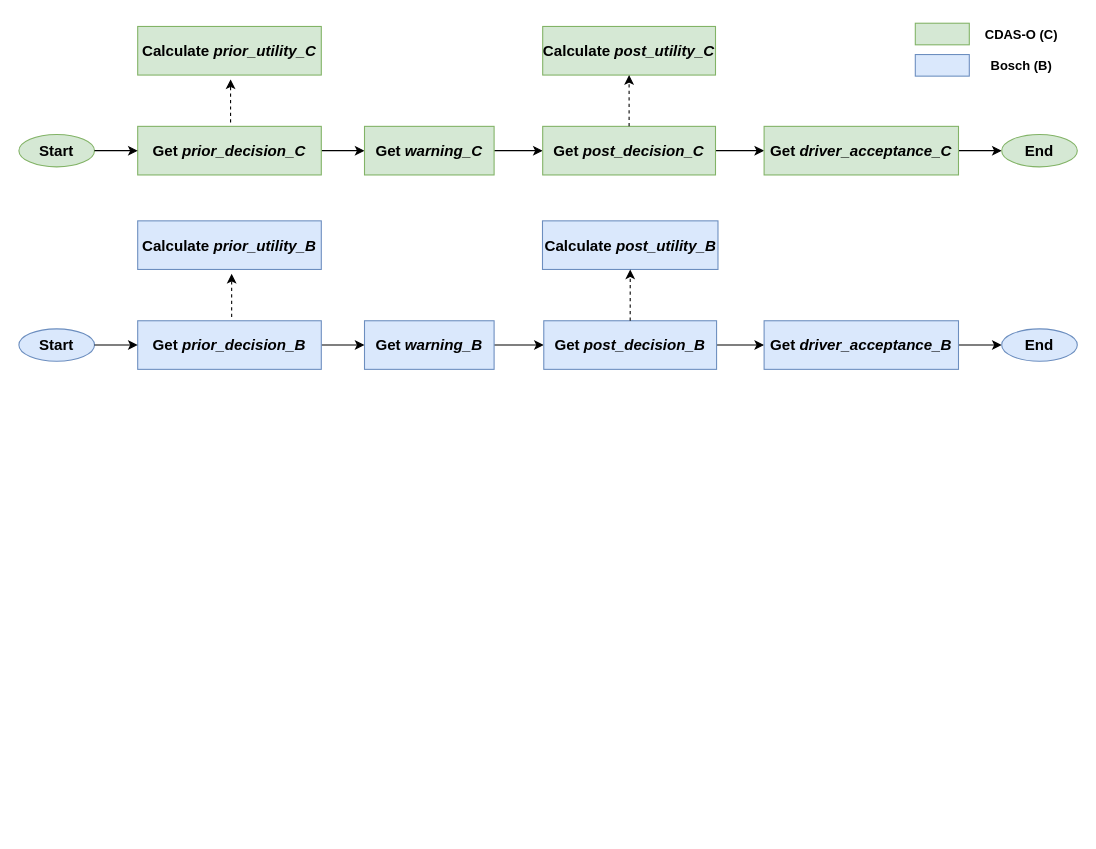
Before: page "DID" (8 of 12) of CDAS-O.drawio in SlidingEagle/draw.io, a draw.io diagram. Source tidied: cells renumbered, new cells numbered last; positions are measured from the earlier drawing's top-left corner, leaving out a move shared by most shapes. Both pictures are drawn from the tidied source at 108%, with x=0, y=0 at pixel (18, 18).
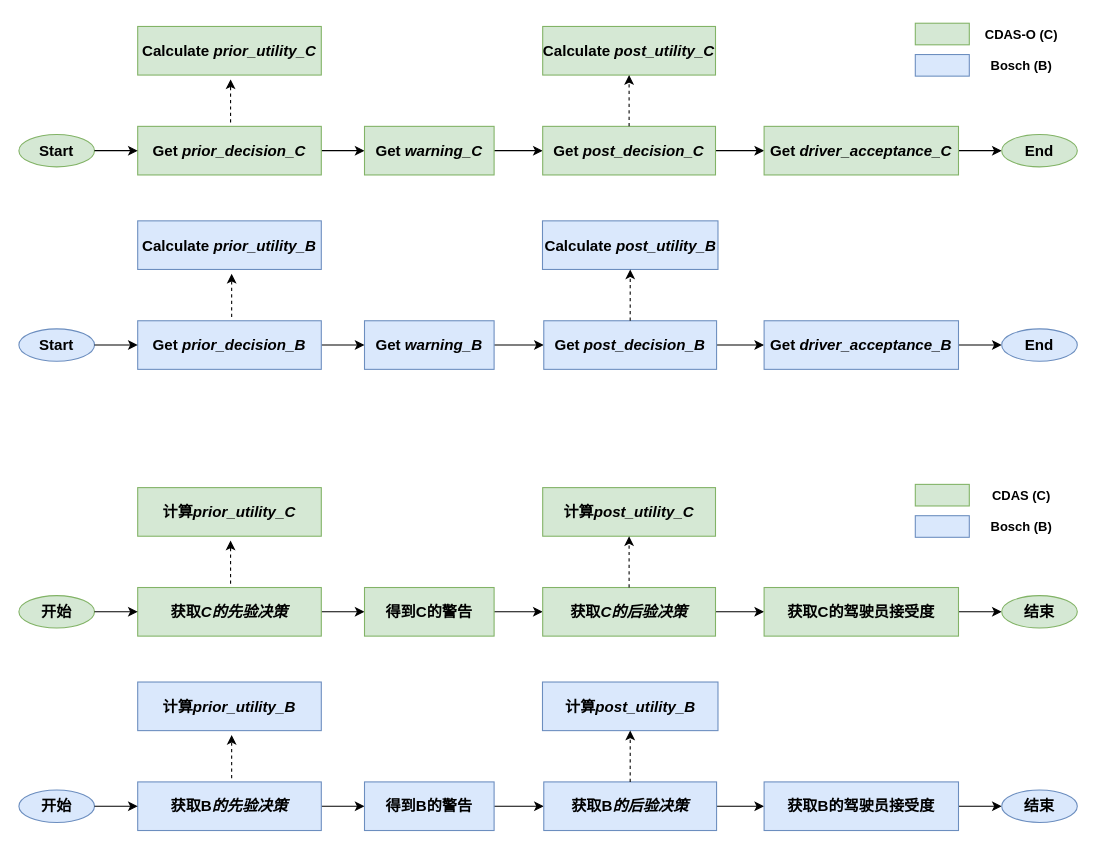
Above is the later version.

Diff of the diagram source:
```diff
@@
+    <mxCell id="36" value="&lt;font style=&quot;font-size: 14px;&quot;&gt;&lt;b&gt;开始&lt;/b&gt;&lt;/font&gt;" style="ellipse;whiteSpace=wrap;html=1;fillColor=#d5e8d4;strokeColor=#82b366;" parent="1" vertex="1">
+      <mxGeometry y="534" width="70" height="30" as="geometry" />
+    </mxCell>
+    <mxCell id="37" style="edgeStyle=orthogonalEdgeStyle;rounded=0;jettySize=auto;html=1;" parent="1" edge="1" source="38" target="40">
+      <mxGeometry relative="1" as="geometry" />
+    </mxCell>
+    <mxCell id="38" value="&lt;font style=&quot;font-size: 14px;&quot;&gt;&lt;b&gt;获取&lt;i style=&quot;&quot;&gt;C的先验决策&lt;/i&gt;&lt;/b&gt;&lt;/font&gt;" style="rounded=0;whiteSpace=wrap;html=1;fillColor=#d5e8d4;strokeColor=#82b366;" parent="1" vertex="1">
+      <mxGeometry x="110" y="526.5" width="170" height="45" as="geometry" />
+    </mxCell>
+    <mxCell id="39" style="edgeStyle=orthogonalEdgeStyle;rounded=0;jettySize=auto;html=1;" parent="1" edge="1" source="40" target="42">
+      <mxGeometry relative="1" as="geometry" />
+    </mxCell>
+    <mxCell id="40" value="&lt;span style=&quot;font-size: 14px;&quot;&gt;&lt;b&gt;得到C的警告&lt;/b&gt;&lt;/span&gt;" style="rounded=0;whiteSpace=wrap;html=1;fillColor=#d5e8d4;strokeColor=#82b366;" parent="1" vertex="1">
+      <mxGeometry x="320" y="526.5" width="120" height="45" as="geometry" />
+    </mxCell>
+    <mxCell id="41" style="edgeStyle=orthogonalEdgeStyle;rounded=0;jettySize=auto;html=1;" parent="1" edge="1" source="42" target="44">
+      <mxGeometry relative="1" as="geometry" />
+    </mxCell>
+    <mxCell id="42" value="&lt;font style=&quot;font-size: 14px;&quot;&gt;&lt;b&gt;获取&lt;i style=&quot;&quot;&gt;C的后验决策&lt;/i&gt;&lt;/b&gt;&lt;/font&gt;" style="rounded=0;whiteSpace=wrap;html=1;fillColor=#d5e8d4;strokeColor=#82b366;" parent="1" vertex="1">
+      <mxGeometry x="485" y="526.5" width="160" height="45" as="geometry" />
+    </mxCell>
+    <mxCell id="43" style="edgeStyle=orthogonalEdgeStyle;rounded=0;jettySize=auto;html=1;" parent="1" edge="1" source="44" target="45">
+      <mxGeometry relative="1" as="geometry" />
+    </mxCell>
+    <mxCell id="44" value="&lt;span style=&quot;font-size: 14px;&quot;&gt;&lt;b&gt;获取C的驾驶员接受度&lt;/b&gt;&lt;/span&gt;" style="rounded=0;whiteSpace=wrap;html=1;fillColor=#d5e8d4;strokeColor=#82b366;" parent="1" vertex="1">
+      <mxGeometry x="690" y="526.5" width="180" height="45" as="geometry" />
+    </mxCell>
+    <mxCell id="45" value="&lt;font style=&quot;font-size: 14px;&quot;&gt;&lt;b&gt;结束&lt;/b&gt;&lt;/font&gt;" style="ellipse;whiteSpace=wrap;html=1;fillColor=#d5e8d4;strokeColor=#82b366;" parent="1" vertex="1">
+      <mxGeometry x="910" y="534" width="70" height="30" as="geometry" />
+    </mxCell>
+    <mxCell id="46" value="&lt;font style=&quot;font-size: 14px;&quot;&gt;&lt;b&gt;计算&lt;i style=&quot;&quot;&gt;prior_utility_C&lt;/i&gt;&lt;/b&gt;&lt;/font&gt;" style="rounded=0;whiteSpace=wrap;html=1;fillColor=#d5e8d4;strokeColor=#82b366;" parent="1" vertex="1">
+      <mxGeometry x="110" y="434" width="170" height="45" as="geometry" />
+    </mxCell>
+    <mxCell id="47" style="endArrow=classic;html=1;rounded=0;dashed=1;" parent="1" edge="1">
+      <mxGeometry relative="1" as="geometry">
+        <mxPoint x="196" y="523" as="sourcePoint" />
+        <mxPoint x="196" y="483" as="targetPoint" />
+      </mxGeometry>
+    </mxCell>
+    <mxCell id="48" value="&lt;font style=&quot;font-size: 14px;&quot;&gt;&lt;b&gt;计算&lt;i style=&quot;&quot;&gt;post_utility_C&lt;/i&gt;&lt;/b&gt;&lt;/font&gt;" style="rounded=0;whiteSpace=wrap;html=1;fillColor=#d5e8d4;strokeColor=#82b366;" parent="1" vertex="1">
+      <mxGeometry x="485" y="434" width="160" height="45" as="geometry" />
+    </mxCell>
+    <mxCell id="49" style="endArrow=classic;html=1;rounded=0;dashed=1;entryX=0.5;entryY=1;entryDx=0;entryDy=0;exitX=0.5;exitY=0;exitDx=0;exitDy=0;" parent="1" edge="1" source="42" target="48">
+      <mxGeometry relative="1" as="geometry" />
+    </mxCell>
+    <mxCell id="50" style="endArrow=classic;html=1;rounded=0;exitX=1;exitY=0.5;exitDx=0;exitDy=0;entryX=0;entryY=0.5;entryDx=0;entryDy=0;" parent="1" edge="1" source="36" target="38">
+      <mxGeometry relative="1" as="geometry" />
+    </mxCell>
+    <mxCell id="51" value="&lt;font style=&quot;font-size: 14px;&quot;&gt;&lt;b&gt;开始&lt;/b&gt;&lt;/font&gt;" style="ellipse;whiteSpace=wrap;html=1;fillColor=#dae8fc;strokeColor=#6c8ebf;" parent="1" vertex="1">
+      <mxGeometry y="714" width="70" height="30" as="geometry" />
+    </mxCell>
+    <mxCell id="52" style="edgeStyle=orthogonalEdgeStyle;rounded=0;jettySize=auto;html=1;" parent="1" edge="1" source="53" target="55">
+      <mxGeometry relative="1" as="geometry" />
+    </mxCell>
+    <mxCell id="53" value="&lt;b style=&quot;font-size: 14px;&quot;&gt;获取B&lt;i&gt;的先验决策&lt;/i&gt;&lt;/b&gt;" style="rounded=0;whiteSpace=wrap;html=1;fillColor=#dae8fc;strokeColor=#6c8ebf;" parent="1" vertex="1">
+      <mxGeometry x="110" y="706.5" width="170" height="45" as="geometry" />
+    </mxCell>
+    <mxCell id="54" style="edgeStyle=orthogonalEdgeStyle;rounded=0;jettySize=auto;html=1;" parent="1" edge="1" source="55" target="57">
+      <mxGeometry relative="1" as="geometry" />
+    </mxCell>
+    <mxCell id="55" value="&lt;b style=&quot;font-size: 14px;&quot;&gt;得到B的警告&lt;/b&gt;" style="rounded=0;whiteSpace=wrap;html=1;fillColor=#dae8fc;strokeColor=#6c8ebf;" parent="1" vertex="1">
+      <mxGeometry x="320" y="706.5" width="120" height="45" as="geometry" />
+    </mxCell>
+    <mxCell id="56" style="edgeStyle=orthogonalEdgeStyle;rounded=0;jettySize=auto;html=1;" parent="1" edge="1" source="57" target="59">
+      <mxGeometry relative="1" as="geometry" />
+    </mxCell>
+    <mxCell id="57" value="&lt;b style=&quot;font-size: 14px;&quot;&gt;获取B&lt;i&gt;的后验决策&lt;/i&gt;&lt;/b&gt;" style="rounded=0;whiteSpace=wrap;html=1;fillColor=#dae8fc;strokeColor=#6c8ebf;" parent="1" vertex="1">
+      <mxGeometry x="486" y="706.5" width="160" height="45" as="geometry" />
+    </mxCell>
+    <mxCell id="58" style="edgeStyle=orthogonalEdgeStyle;rounded=0;jettySize=auto;html=1;" parent="1" edge="1" source="59" target="60">
+      <mxGeometry relative="1" as="geometry" />
+    </mxCell>
+    <mxCell id="59" value="&lt;b style=&quot;font-size: 14px;&quot;&gt;获取B的驾驶员接受度&lt;/b&gt;" style="rounded=0;whiteSpace=wrap;html=1;fillColor=#dae8fc;strokeColor=#6c8ebf;" parent="1" vertex="1">
+      <mxGeometry x="690" y="706.5" width="180" height="45" as="geometry" />
+    </mxCell>
+    <mxCell id="60" value="&lt;b style=&quot;font-size: 14px;&quot;&gt;结束&lt;/b&gt;" style="ellipse;whiteSpace=wrap;html=1;fillColor=#dae8fc;strokeColor=#6c8ebf;" parent="1" vertex="1">
+      <mxGeometry x="910" y="714" width="70" height="30" as="geometry" />
+    </mxCell>
+    <mxCell id="61" value="&lt;font style=&quot;font-size: 14px;&quot;&gt;&lt;b&gt;计算&lt;i style=&quot;&quot;&gt;prior_utility_B&lt;/i&gt;&lt;/b&gt;&lt;/font&gt;" style="rounded=0;whiteSpace=wrap;html=1;fillColor=#dae8fc;strokeColor=#6c8ebf;" parent="1" vertex="1">
+      <mxGeometry x="110" y="614" width="170" height="45" as="geometry" />
+    </mxCell>
+    <mxCell id="62" style="endArrow=classic;html=1;rounded=0;dashed=1;" parent="1" edge="1">
+      <mxGeometry relative="1" as="geometry">
+        <mxPoint x="197" y="703" as="sourcePoint" />
+        <mxPoint x="197" y="663" as="targetPoint" />
+      </mxGeometry>
+    </mxCell>
+    <mxCell id="63" value="&lt;font style=&quot;font-size: 14px;&quot;&gt;&lt;b&gt;计算&lt;i style=&quot;&quot;&gt;post_utility_B&lt;/i&gt;&lt;/b&gt;&lt;/font&gt;" style="rounded=0;whiteSpace=wrap;html=1;fillColor=#dae8fc;strokeColor=#6c8ebf;" parent="1" vertex="1">
+      <mxGeometry x="484.8" y="614" width="162.5" height="45" as="geometry" />
+    </mxCell>
+    <mxCell id="64" style="endArrow=classic;html=1;rounded=0;dashed=1;entryX=0.5;entryY=1;entryDx=0;entryDy=0;exitX=0.5;exitY=0;exitDx=0;exitDy=0;" parent="1" edge="1" source="57" target="63">
+      <mxGeometry relative="1" as="geometry" />
+    </mxCell>
+    <mxCell id="65" style="endArrow=classic;html=1;rounded=0;exitX=1;exitY=0.5;exitDx=0;exitDy=0;entryX=0;entryY=0.5;entryDx=0;entryDy=0;" parent="1" edge="1" source="51" target="53">
+      <mxGeometry relative="1" as="geometry" />
+    </mxCell>
+    <mxCell id="66" style="rounded=0;whiteSpace=wrap;html=1;fillColor=#d5e8d4;strokeColor=#82b366;" parent="1" vertex="1">
+      <mxGeometry x="830" y="431" width="50" height="20" as="geometry" />
+    </mxCell>
+    <mxCell id="67" value="&lt;b&gt;CDAS (C)&lt;/b&gt;" style="text;html=1;align=center;verticalAlign=middle;strokeColor=none;fillColor=none;" parent="1" vertex="1">
+      <mxGeometry x="888" y="427" width="80" height="30" as="geometry" />
+    </mxCell>
+    <mxCell id="68" style="rounded=0;whiteSpace=wrap;html=1;fillColor=#dae8fc;strokeColor=#6c8ebf;" parent="1" vertex="1">
+      <mxGeometry x="830" y="460" width="50" height="20" as="geometry" />
+    </mxCell>
+    <mxCell id="69" value="&lt;b&gt;Bosch (B)&lt;/b&gt;" style="text;html=1;align=center;verticalAlign=middle;strokeColor=none;fillColor=none;" parent="1" vertex="1">
+      <mxGeometry x="888" y="456" width="80" height="30" as="geometry" />
+    </mxCell>
```
